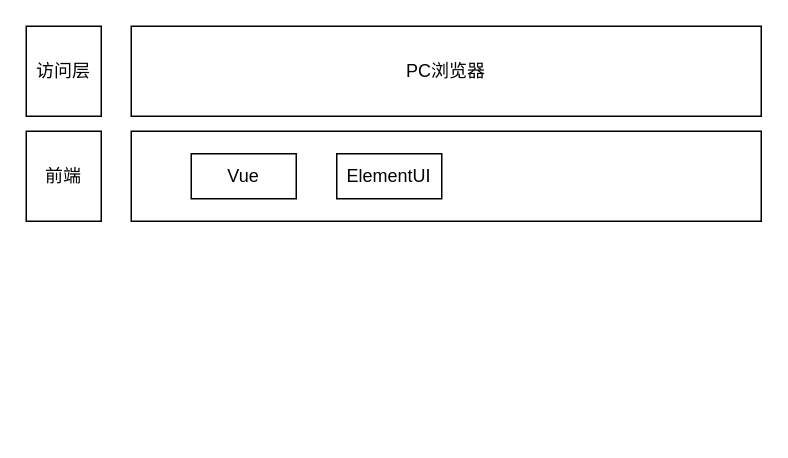
Above: 系统架构图.drawio in LiSoulSpace/GitBook (draw.io), before the change. Source tidied: cells renumbered, new cells numbered last; positions are measured from the earlier drawing's top-left corner, leaving out a move shared by most shapes. Both pictures are drawn from the tidied source at 150%, with x=0, y=0 at pixel (26, 26).
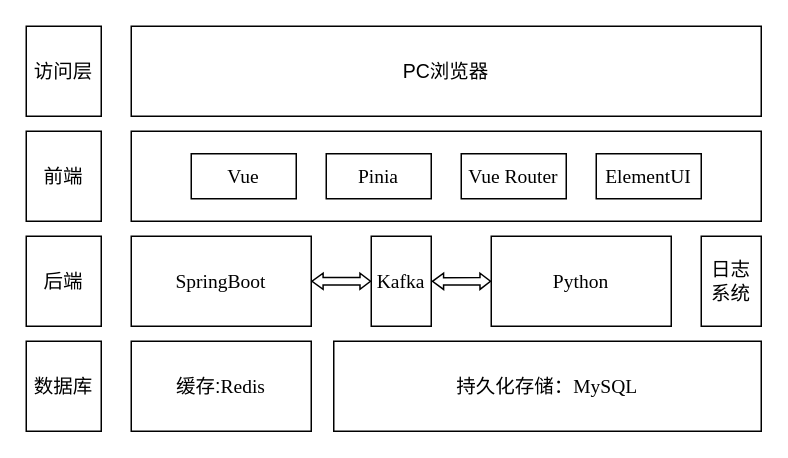
The same page after the edit.

Commit message:
更新系统架构图.drawio

What changed in the source:
```diff
@@
 <mxGraphModel>
   <root>
     <mxCell id="0" />
     <mxCell id="1" parent="0" />
-    <mxCell id="2" value="访问层" style="rounded=0;whiteSpace=wrap;html=1;" parent="1" vertex="1">
+    <mxCell id="2" value="访问层" style="rounded=0;whiteSpace=wrap;html=1;fontFamily=宋体;fontSize=13;" parent="1" vertex="1">
       <mxGeometry width="50" height="60" as="geometry" />
     </mxCell>
-    <mxCell id="3" value="PC浏览器" style="rounded=0;whiteSpace=wrap;html=1;" parent="1" vertex="1">
+    <mxCell id="3" value="PC浏览器" style="rounded=0;whiteSpace=wrap;html=1;fontFamily=宋体;fontSize=13;" parent="1" vertex="1">
       <mxGeometry x="70" width="420" height="60" as="geometry" />
     </mxCell>
-    <mxCell id="4" value="前端" style="rounded=0;whiteSpace=wrap;html=1;" parent="1" vertex="1">
+    <mxCell id="4" value="前端" style="rounded=0;whiteSpace=wrap;html=1;fontFamily=宋体;fontSize=13;" parent="1" vertex="1">
       <mxGeometry y="70" width="50" height="60" as="geometry" />
     </mxCell>
-    <mxCell id="5" style="rounded=0;whiteSpace=wrap;html=1;" parent="1" vertex="1">
+    <mxCell id="5" style="rounded=0;whiteSpace=wrap;html=1;fontFamily=宋体;fontSize=13;" parent="1" vertex="1">
       <mxGeometry x="70" y="70" width="420" height="60" as="geometry" />
     </mxCell>
-    <mxCell id="6" value="Vue" style="rounded=0;whiteSpace=wrap;html=1;" parent="1" vertex="1">
+    <mxCell id="6" value="Vue" style="rounded=0;whiteSpace=wrap;html=1;fontFamily=Times New Roman;fontSize=13;" parent="1" vertex="1">
       <mxGeometry x="110" y="85" width="70" height="30" as="geometry" />
     </mxCell>
-    <mxCell id="7" value="ElementUI" style="rounded=0;whiteSpace=wrap;html=1;" parent="1" vertex="1">
-      <mxGeometry x="207" y="85" width="70" height="30" as="geometry" />
+    <mxCell id="7" value="ElementUI" style="rounded=0;whiteSpace=wrap;html=1;fontFamily=Times New Roman;fontSize=13;" parent="1" vertex="1">
+      <mxGeometry x="380" y="85" width="70" height="30" as="geometry" />
     </mxCell>
+    <mxCell id="8" value="Pinia" style="rounded=0;whiteSpace=wrap;html=1;fontFamily=Times New Roman;fontSize=13;" parent="1" vertex="1">
+      <mxGeometry x="200" y="85" width="70" height="30" as="geometry" />
+    </mxCell>
+    <mxCell id="9" value="Vue Router" style="rounded=0;whiteSpace=wrap;html=1;fontFamily=Times New Roman;fontSize=13;" parent="1" vertex="1">
+      <mxGeometry x="290" y="85" width="70" height="30" as="geometry" />
+    </mxCell>
+    <mxCell id="10" value="后端" style="rounded=0;whiteSpace=wrap;html=1;fontFamily=宋体;fontSize=13;" parent="1" vertex="1">
+      <mxGeometry y="140" width="50" height="60" as="geometry" />
+    </mxCell>
+    <mxCell id="11" value="SpringBoot" style="rounded=0;whiteSpace=wrap;html=1;fontFamily=Times New Roman;fontSize=13;" parent="1" vertex="1">
+      <mxGeometry x="70" y="140" width="120" height="60" as="geometry" />
+    </mxCell>
+    <mxCell id="12" value="Python" style="rounded=0;whiteSpace=wrap;html=1;fontFamily=Times New Roman;fontSize=13;" parent="1" vertex="1">
+      <mxGeometry x="310" y="140" width="120" height="60" as="geometry" />
+    </mxCell>
+    <mxCell id="13" value="Kafka" style="rounded=0;whiteSpace=wrap;html=1;fontFamily=Times New Roman;fontSize=13;" parent="1" vertex="1">
+      <mxGeometry x="230" y="140" width="40" height="60" as="geometry" />
+    </mxCell>
+    <mxCell id="14" style="shape=flexArrow;endArrow=classic;startArrow=classic;html=1;rounded=0;exitX=1;exitY=0.5;exitDx=0;exitDy=0;entryX=0;entryY=0.5;entryDx=0;entryDy=0;startWidth=4.942084942084942;startSize=2.1339285714285716;endWidth=4.942084942084942;endSize=2.003861003861004;fontFamily=宋体;fontSize=13;width=4.866071428571429;" parent="1" edge="1" source="11" target="13">
+      <mxGeometry relative="1" as="geometry" />
+    </mxCell>
+    <mxCell id="15" style="shape=flexArrow;endArrow=classic;startArrow=classic;html=1;rounded=0;exitX=1.008;exitY=0.501;exitDx=0;exitDy=0;startWidth=4.942084942084942;startSize=2.1339285714285716;endWidth=4.942084942084942;endSize=2.003861003861004;fontFamily=宋体;fontSize=13;width=4.866071428571429;exitPerimeter=0;entryX=0;entryY=0.5;entryDx=0;entryDy=0;" parent="1" edge="1" source="13" target="12">
+      <mxGeometry relative="1" as="geometry" />
+    </mxCell>
+    <mxCell id="16" value="数据库" style="rounded=0;whiteSpace=wrap;html=1;fontFamily=宋体;fontSize=13;" parent="1" vertex="1">
+      <mxGeometry y="210" width="50" height="60" as="geometry" />
+    </mxCell>
+    <mxCell id="17" value="缓存:&lt;font face=&quot;Times New Roman&quot;&gt;Redis&lt;/font&gt;" style="rounded=0;whiteSpace=wrap;html=1;fontFamily=宋体;fontSize=13;" parent="1" vertex="1">
+      <mxGeometry x="70" y="210" width="120" height="60" as="geometry" />
+    </mxCell>
+    <mxCell id="18" value="持久化存储：&lt;font face=&quot;Times New Roman&quot;&gt;MySQL&lt;/font&gt;" style="rounded=0;whiteSpace=wrap;html=1;fontFamily=宋体;fontSize=13;" parent="1" vertex="1">
+      <mxGeometry x="205" y="210" width="285" height="60" as="geometry" />
+    </mxCell>
+    <mxCell id="19" value="日志系统" style="rounded=0;whiteSpace=wrap;html=1;fontFamily=宋体;fontSize=13;" parent="1" vertex="1">
+      <mxGeometry x="450" y="140" width="40" height="60" as="geometry" />
+    </mxCell>
   </root>
 </mxGraphModel>
```
